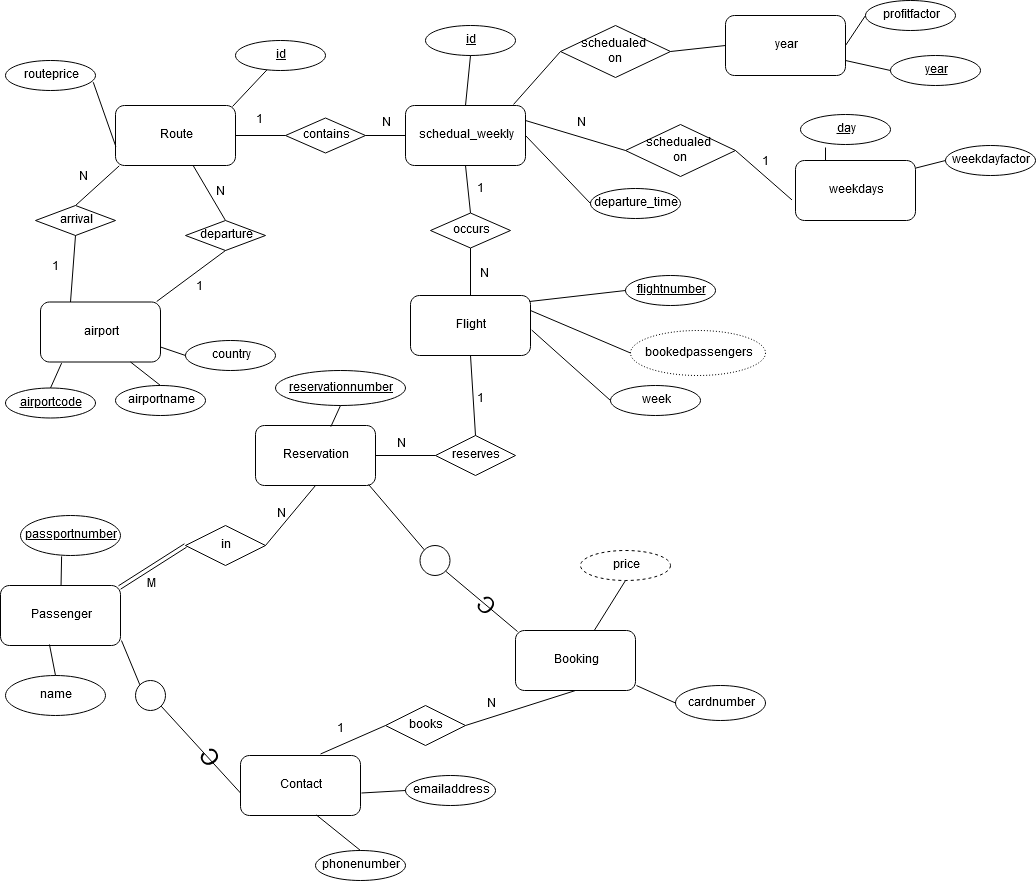
Before: lab4/4a_eer.png, a diagram exported from draw.io (chrha/tddd37). Source tidied: cells renumbered, new cells last; positions are measured from the earlier drawing's top-left corner, leaving out a move shared by most shapes.
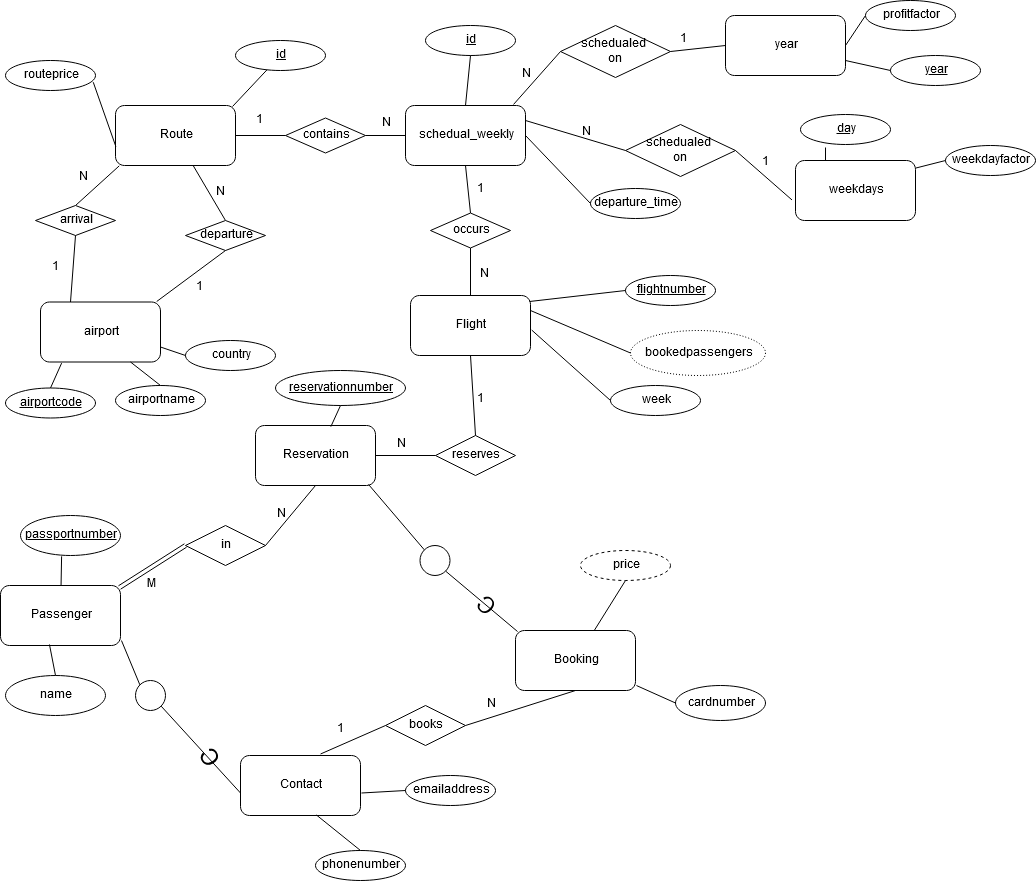
Later version of the same file.

The edit, as a diff of the source:
```diff
@@ -278,7 +278,7 @@
       <mxGeometry relative="1" as="geometry" />
     </mxCell>
     <mxCell id="93" value="N" style="text;html=1;align=left;verticalAlign=top;spacingTop=-4;" parent="1" vertex="1">
-      <mxGeometry x="575" y="114" width="20" height="20" as="geometry" />
+      <mxGeometry x="580" y="122.5" width="20" height="20" as="geometry" />
     </mxCell>
     <mxCell id="94" value="1" style="text;html=1;align=left;verticalAlign=top;spacingTop=-4;" parent="1" vertex="1">
       <mxGeometry x="760" y="152.5" width="20" height="20" as="geometry" />
@@ -313,5 +313,11 @@
     <mxCell id="104" style="endArrow=none;html=1;exitX=0.408;exitY=0.983;exitDx=0;exitDy=0;exitPerimeter=0;entryX=0.5;entryY=0;entryDx=0;entryDy=0;" parent="1" edge="1" source="22" target="103">
       <mxGeometry relative="1" as="geometry" />
     </mxCell>
+    <mxCell id="105" value="N" style="text;html=1;align=left;verticalAlign=top;spacingTop=-4;" parent="1" vertex="1">
+      <mxGeometry x="520" y="65" width="20" height="20" as="geometry" />
+    </mxCell>
+    <mxCell id="106" value="1" style="text;html=1;align=left;verticalAlign=top;spacingTop=-4;" parent="1" vertex="1">
+      <mxGeometry x="677.5" y="30" width="20" height="20" as="geometry" />
+    </mxCell>
   </root>
 </mxGraphModel>
```
